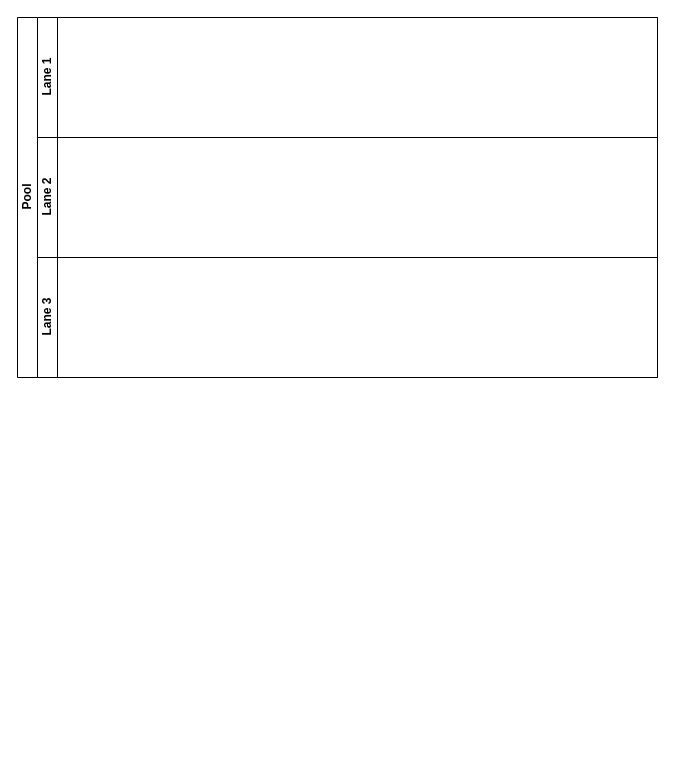
Before: Research-Framework-Diagram.drawio in tjw-benth/draw.io, a draw.io diagram. Source tidied: cells renumbered, new cells numbered last; positions are measured from the earlier drawing's top-left corner, leaving out a move shared by most shapes. Both pictures are drawn from the tidied source at 100%, with x=0, y=0 at pixel (17, 17).
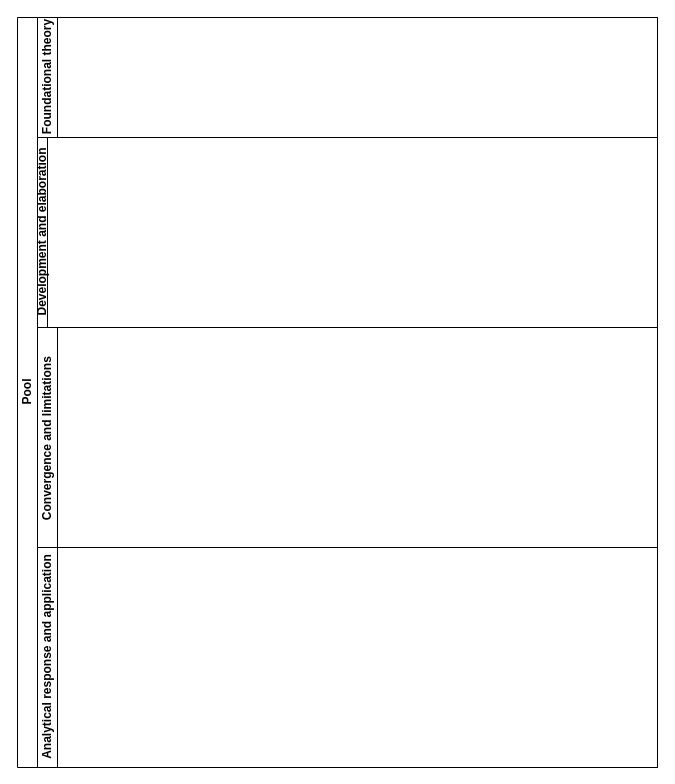
Above is the later version.

What changed in the source:
```diff
@@
 <mxGraphModel>
   <root>
     <mxCell id="0" />
     <mxCell id="1" parent="0" />
     <mxCell id="2" value="Pool" style="swimlane;horizontal=0;startSize=20;html=1;" parent="1" vertex="1">
-      <mxGeometry width="640" height="360" as="geometry" />
+      <mxGeometry width="640" height="750" as="geometry" />
     </mxCell>
-    <mxCell id="3" value="Lane 1" style="swimlane;startSize=20;horizontal=0;html=1;" parent="2" vertex="1">
+    <mxCell id="3" value="Foundational theory" style="swimlane;startSize=20;horizontal=0;html=1;" parent="2" vertex="1">
       <mxGeometry x="20" width="620" height="120" as="geometry" />
     </mxCell>
-    <mxCell id="4" value="Lane 2" style="swimlane;startSize=20;horizontal=0;html=1;" parent="2" vertex="1">
-      <mxGeometry x="20" y="120" width="620" height="120" as="geometry" />
+    <mxCell id="4" value="Development and elaboration" style="swimlane;startSize=10;horizontal=0;html=1;" parent="2" vertex="1">
+      <mxGeometry x="20" y="120" width="620" height="190" as="geometry" />
     </mxCell>
-    <mxCell id="5" value="Lane 3" style="swimlane;startSize=20;horizontal=0;html=1;" parent="2" vertex="1">
-      <mxGeometry x="20" y="240" width="620" height="120" as="geometry" />
+    <mxCell id="5" value="Convergence and limitations&amp;nbsp;" style="swimlane;startSize=20;horizontal=0;html=1;" parent="2" vertex="1">
+      <mxGeometry x="20" y="310" width="620" height="220" as="geometry" />
     </mxCell>
+    <mxCell id="6" value="&lt;p&gt;Analytical response and application&lt;/p&gt;" style="swimlane;startSize=20;horizontal=0;html=1;" parent="2" vertex="1">
+      <mxGeometry x="20" y="530" width="620" height="220" as="geometry" />
+    </mxCell>
   </root>
 </mxGraphModel>
```
